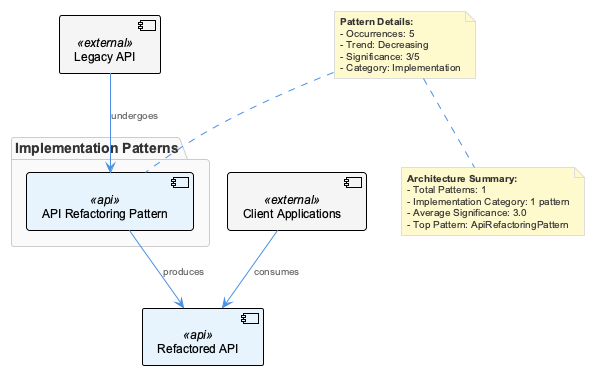
The PlantUML diagram knowledge-management/insights/images/api-refactoring-pattern-architecture.png in fwornle/coding, before a commit. Its diagram source:
```plantuml
@startuml
!include /Users/q284340/Agentic/coding/docs/puml/_standard-style.puml

package "Implementation Patterns" {
  component "API Refactoring Pattern" as apiRefactor <<api>>
}

component "Legacy API" as legacyApi <<external>>
component "Refactored API" as newApi <<api>>
component "Client Applications" as clients <<external>>

legacyApi --> apiRefactor : "undergoes"
apiRefactor --> newApi : "produces"
clients --> newApi : "consumes"

note top of apiRefactor
  **Pattern Details:**
  - Occurrences: 5
  - Trend: Decreasing
  - Significance: 3/5
  - Category: Implementation
end note

note bottom
  **Architecture Summary:**
  - Total Patterns: 1
  - Implementation Category: 1 pattern
  - Average Significance: 3.0
  - Top Pattern: ApiRefactoringPattern
end note

@enduml
```
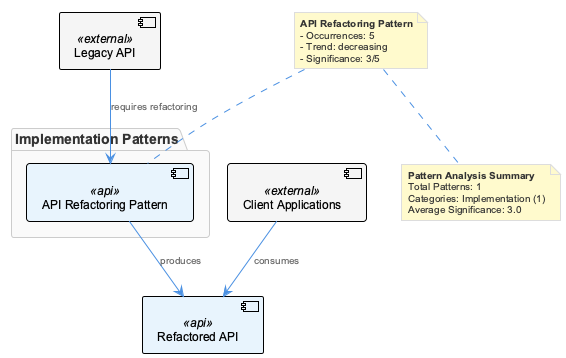
After the change.

The edit, as a diff of the source:
```diff
@@ -2,31 +2,29 @@
 !include /Users/q284340/Agentic/coding/docs/puml/_standard-style.puml
 
 package "Implementation Patterns" {
-  component "API Refactoring Pattern" as apiRefactor <<api>>
+    component "API Refactoring Pattern" as apiRefactoring <<api>>
 }
 
 component "Legacy API" as legacyApi <<external>>
-component "Refactored API" as newApi <<api>>
+component "Refactored API" as refactoredApi <<api>>
 component "Client Applications" as clients <<external>>
 
-legacyApi --> apiRefactor : "undergoes"
-apiRefactor --> newApi : "produces"
-clients --> newApi : "consumes"
+legacyApi --> apiRefactoring : "requires refactoring"
+apiRefactoring --> refactoredApi : "produces"
+clients --> refactoredApi : "consumes"
 
-note top of apiRefactor
-  **Pattern Details:**
-  - Occurrences: 5
-  - Trend: Decreasing
-  - Significance: 3/5
-  - Category: Implementation
+note top of apiRefactoring
+**API Refactoring Pattern**
+- Occurrences: 5
+- Trend: decreasing
+- Significance: 3/5
 end note
 
 note bottom
-  **Architecture Summary:**
-  - Total Patterns: 1
-  - Implementation Category: 1 pattern
-  - Average Significance: 3.0
-  - Top Pattern: ApiRefactoringPattern
+**Pattern Analysis Summary**
+Total Patterns: 1
+Categories: Implementation (1)
+Average Significance: 3.0
 end note
 
 @enduml
```
